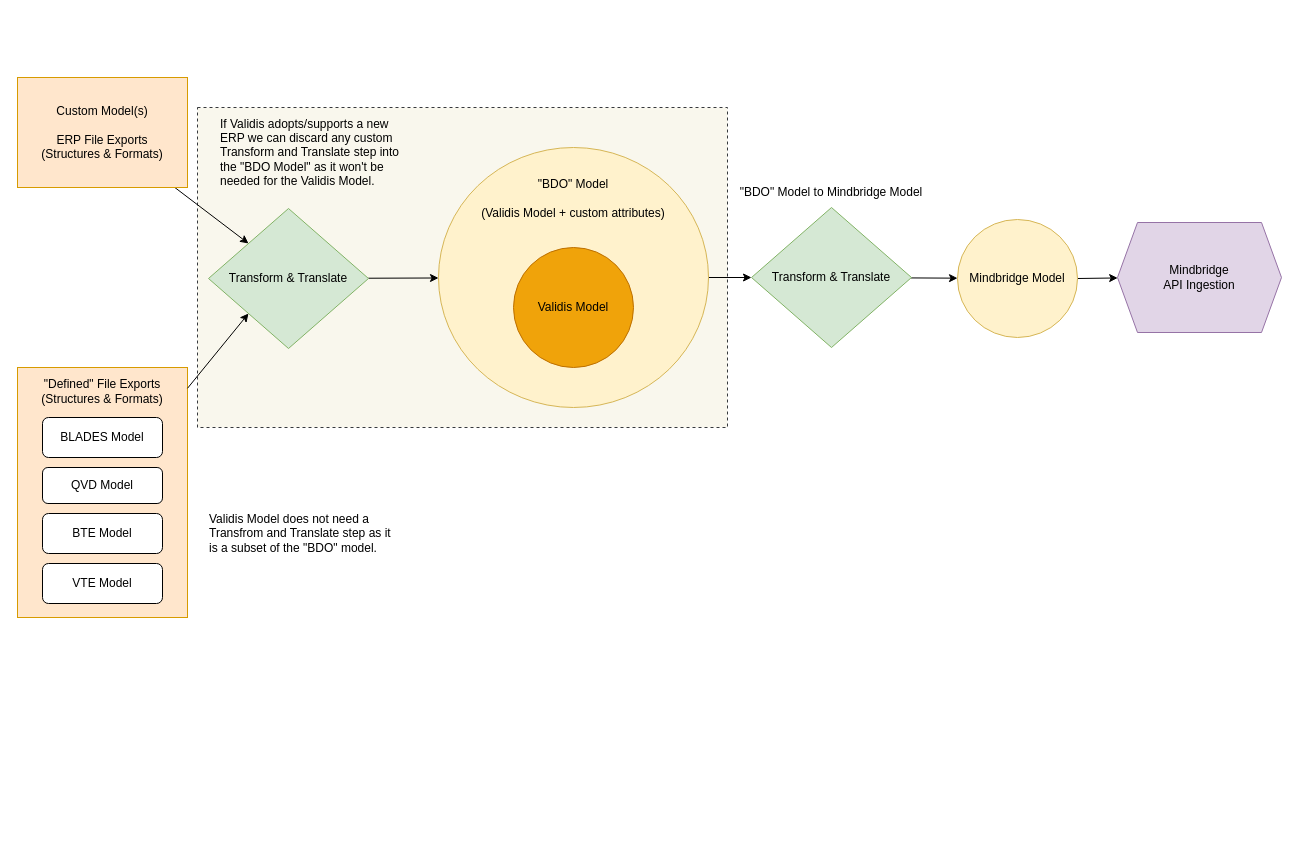
Above: page "General Process" (1 of 2) of diagrams/Initial Arch.drawio in ajs-fsp/BDO-Mindbridge (draw.io), before the change. Source tidied: cells renumbered, new cells numbered last; positions are measured from the earlier drawing's top-left corner, leaving out a move shared by most shapes. Both pictures are drawn from the tidied source at 100%, with x=0, y=0 at pixel (17, 77).
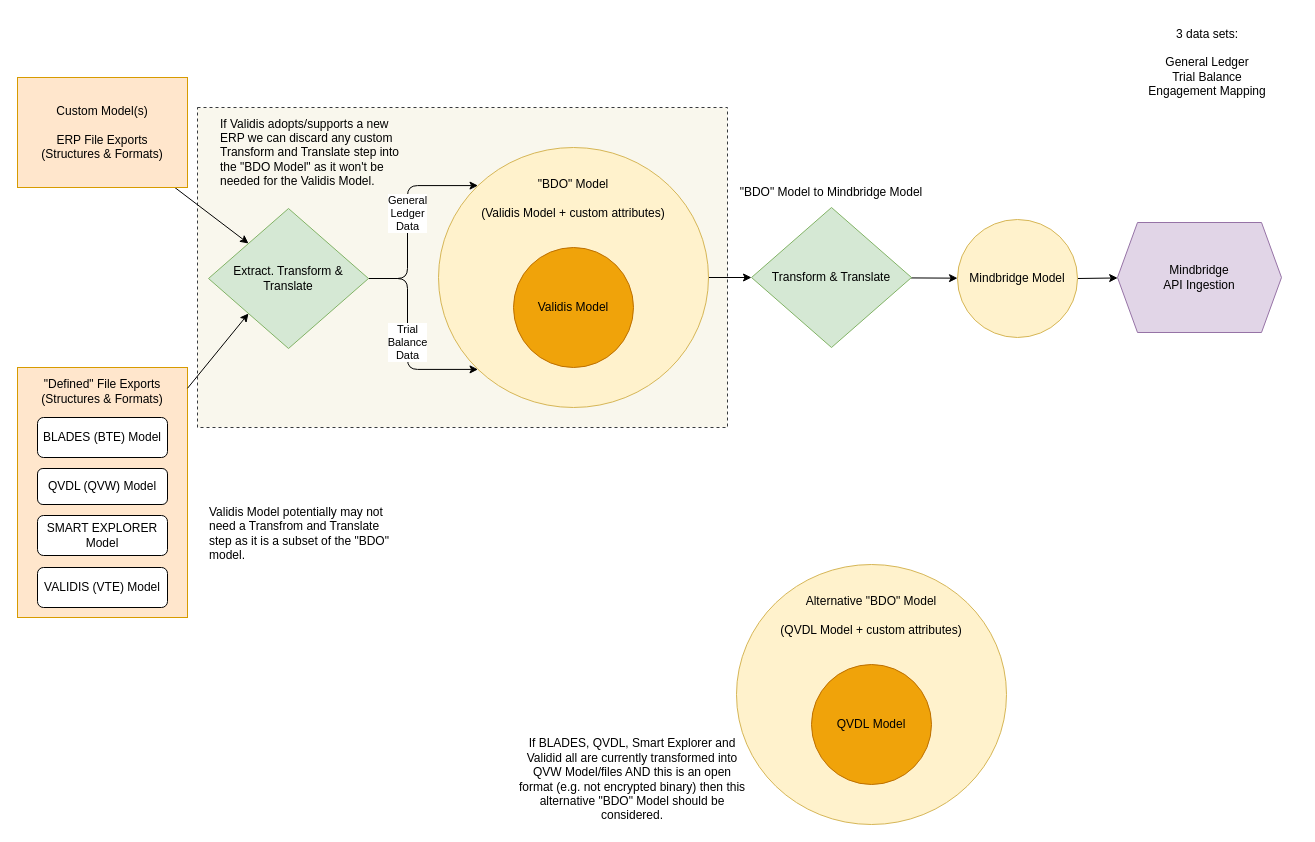
After the change.

Commit message:
added engagement diagram

Unchanged cells that the change refers to:
```xml
<mxCell id="16" value="&quot;BDO&quot; Model&lt;br&gt;&lt;br&gt;(Validis Model + custom attributes)&lt;span style=&quot;font-family: monospace; font-size: 0px; text-align: start; text-wrap-mode: nowrap;&quot;&gt;3CmxGraphModel%3E%3Croot%3E%3CmxCell%20id%3D%220%22%2F%3E%3CmxCell%20id%3D%221%22%20parent%3D%220%22%2F%3E%3CmxCell%20id%3D%222%22%20value%3D%22Transform%20%26amp%3Bamp%3B%20Translate%22%20style%3D%22rhombus%3BwhiteSpace%3Dwrap%3Bhtml%3D1%3BfillColor%3D%23e1d5e7%3BstrokeColor%3D%239673a6%3B%22%20vertex%3D%221%22%20parent%3D%221%22%3E%3CmxGeometry%20x%3D%22254%22%20y%3D%22200%22%20width%3D%22160%22%20height%3D%22140%22%20as%3D%22geometry%22%2F%3E%3C%2FmxCell%3E%3CmxCell%20id%3D%223%22%20value%3D%22Mindbridge%20Model%22%20style%3D%22ellipse%3BwhiteSpace%3Dwrap%3Bhtml%3D1%3BfillColor%3D%23fff2cc%3BstrokeColor%3D%23d6b656%3B%22%20vertex%3D%221%22%20parent%3D%221%22%3E%3CmxGeometry%20x%3D%22460%22%20y%3D%22230%22%20width%3D%22120%22%20height%3D%2280%22%20as%3D%22geometry%22%2F%3E%3C%2FmxCell%3E%3C%2Froot%3E%3C%2FmxGraphModel%3E&lt;br&gt;&lt;br&gt;&lt;br&gt;&lt;br&gt;&lt;br&gt;&lt;br&gt;&lt;br&gt;&lt;br&gt;&lt;br&gt;&lt;br&gt;&lt;br&gt;&lt;br&gt;&lt;/span&gt;" style="ellipse;whiteSpace=wrap;html=1;fillColor=#fff2cc;strokeColor=#d6b656;" parent="15" vertex="1">
  <mxGeometry width="270" height="260" as="geometry" />
</mxCell>
```

Change to the diagram source:
```diff
@@
-    <mxCell id="11" style="edgeStyle=none;html=1;" parent="1" edge="1" source="12" target="16">
-      <mxGeometry relative="1" as="geometry" />
+    <mxCell id="11" style="edgeStyle=elbowEdgeStyle;html=1;entryX=0;entryY=0;entryDx=0;entryDy=0;exitX=1;exitY=0.5;exitDx=0;exitDy=0;" parent="1" edge="1" source="12" target="16">
+      <mxGeometry relative="1" as="geometry">
+        <Array as="points">
+          <mxPoint x="390" y="160" />
+        </Array>
+      </mxGeometry>
     </mxCell>
+    <mxCell id="25" value="General&lt;br&gt;Ledger&lt;br&gt;Data" style="edgeLabel;html=1;align=center;verticalAlign=middle;" parent="11" vertex="1">
+      <mxGeometry x="0.04" y="1" relative="1" as="geometry" />
+    </mxCell>
+    <mxCell id="26" style="edgeStyle=elbowEdgeStyle;html=1;exitX=1;exitY=0.5;exitDx=0;exitDy=0;entryX=0;entryY=1;entryDx=0;entryDy=0;" parent="1" edge="1" source="12" target="16">
+      <mxGeometry relative="1" as="geometry">
+        <Array as="points">
+          <mxPoint x="390" y="250" />
+        </Array>
+      </mxGeometry>
+    </mxCell>
+    <mxCell id="27" value="Trial&lt;br&gt;Balance&lt;br&gt;Data" style="edgeLabel;html=1;align=center;verticalAlign=middle;" parent="26" vertex="1">
+      <mxGeometry x="0.02" y="-1" relative="1" as="geometry" />
+    </mxCell>
-    <mxCell id="12" value="Transform &amp;amp; Translate" style="rhombus;whiteSpace=wrap;html=1;fillColor=#d5e8d4;strokeColor=#82b366;" parent="1" vertex="1">
+    <mxCell id="12" value="Extract. Transform &amp;amp; Translate" style="rhombus;whiteSpace=wrap;html=1;fillColor=#d5e8d4;strokeColor=#82b366;" parent="1" vertex="1">
       <mxGeometry x="191" y="131" width="160" height="140" as="geometry" />
     </mxCell>
@@
-    <mxCell id="14" value="VTE Model" style="rounded=1;whiteSpace=wrap;html=1;" parent="1" vertex="1">
-      <mxGeometry x="25" y="486" width="120" height="40" as="geometry" />
+    <mxCell id="14" value="VALIDIS (VTE) Model" style="rounded=1;whiteSpace=wrap;html=1;" parent="1" vertex="1">
+      <mxGeometry x="20" y="490" width="130" height="40" as="geometry" />
     </mxCell>
@@
-    <mxCell id="19" value="BLADES Model" style="rounded=1;whiteSpace=wrap;html=1;" parent="1" vertex="1">
-      <mxGeometry x="25" y="340" width="120" height="40" as="geometry" />
+    <mxCell id="19" value="BLADES (BTE) Model" style="rounded=1;whiteSpace=wrap;html=1;" parent="1" vertex="1">
+      <mxGeometry x="20" y="340" width="130" height="40" as="geometry" />
     </mxCell>
-    <mxCell id="20" value="QVD Model" style="rounded=1;whiteSpace=wrap;html=1;" parent="1" vertex="1">
-      <mxGeometry x="25" y="390" width="120" height="36" as="geometry" />
+    <mxCell id="20" value="QVDL (QVW) Model" style="rounded=1;whiteSpace=wrap;html=1;" parent="1" vertex="1">
+      <mxGeometry x="20" y="391" width="130" height="36" as="geometry" />
     </mxCell>
-    <mxCell id="21" value="BTE Model" style="rounded=1;whiteSpace=wrap;html=1;" parent="1" vertex="1">
-      <mxGeometry x="25" y="436" width="120" height="40" as="geometry" />
-    </mxCell>
-    <mxCell id="22" value="Validis Model does not need a Transfrom and Translate step as it is a subset of the &quot;BDO&quot; model." style="text;html=1;align=left;verticalAlign=middle;whiteSpace=wrap;rounded=0;" parent="1" vertex="1">
+    <mxCell id="22" value="Validis Model potentially may not need a Transfrom and Translate step as it is a subset of the &quot;BDO&quot; model." style="text;html=1;align=left;verticalAlign=middle;whiteSpace=wrap;rounded=0;" parent="1" vertex="1">
       <mxGeometry x="190" y="431" width="190" height="50" as="geometry" />
     </mxCell>
@@
+    <mxCell id="28" value="3 data sets:&lt;br&gt;&lt;br&gt;General Ledger&lt;br&gt;&lt;div&gt;Trial Balance&lt;br&gt;Engagement Mapping&lt;/div&gt;" style="text;html=1;align=center;verticalAlign=middle;whiteSpace=wrap;rounded=0;" parent="1" vertex="1">
+      <mxGeometry x="1100" y="-60" width="180" height="90" as="geometry" />
+    </mxCell>
+    <mxCell id="29" value="SMART EXPLORER Model" style="rounded=1;whiteSpace=wrap;html=1;" parent="1" vertex="1">
+      <mxGeometry x="20" y="438" width="130" height="40" as="geometry" />
+    </mxCell>
+    <mxCell id="30" style="group;" parent="1" vertex="1">
+      <mxGeometry x="719" y="487" width="270" height="260" as="geometry" />
+    </mxCell>
+    <mxCell id="31" value="Alternative &quot;BDO&quot; Model&lt;br&gt;&lt;br&gt;(QVDL Model + custom attributes)&lt;span style=&quot;font-family: monospace; font-size: 0px; text-align: start; text-wrap-mode: nowrap;&quot;&gt;3CmxGraphModel%3E%3Croot%3E%3CmxCell%20id%3D%220%22%2F%3E%3CmxCell%20id%3D%221%22%20parent%3D%220%22%2F%3E%3CmxCell%20id%3D%222%22%20value%3D%22Transform%20%26amp%3Bamp%3B%20Translate%22%20style%3D%22rhombus%3BwhiteSpace%3Dwrap%3Bhtml%3D1%3BfillColor%3D%23e1d5e7%3BstrokeColor%3D%239673a6%3B%22%20vertex%3D%221%22%20parent%3D%221%22%3E%3CmxGeometry%20x%3D%22254%22%20y%3D%22200%22%20width%3D%22160%22%20height%3D%22140%22%20as%3D%22geometry%22%2F%3E%3C%2FmxCell%3E%3CmxCell%20id%3D%223%22%20value%3D%22Mindbridge%20Model%22%20style%3D%22ellipse%3BwhiteSpace%3Dwrap%3Bhtml%3D1%3BfillColor%3D%23fff2cc%3BstrokeColor%3D%23d6b656%3B%22%20vertex%3D%221%22%20parent%3D%221%22%3E%3CmxGeometry%20x%3D%22460%22%20y%3D%22230%22%20width%3D%22120%22%20height%3D%2280%22%20as%3D%22geometry%22%2F%3E%3C%2FmxCell%3E%3C%2Froot%3E%3C%2FmxGraphModel%3E&lt;br&gt;&lt;br&gt;&lt;br&gt;&lt;br&gt;&lt;br&gt;&lt;br&gt;&lt;br&gt;&lt;br&gt;&lt;br&gt;&lt;br&gt;&lt;br&gt;&lt;br&gt;&lt;/span&gt;" style="ellipse;whiteSpace=wrap;html=1;fillColor=#fff2cc;strokeColor=#d6b656;" parent="30" vertex="1">
+      <mxGeometry width="270" height="260" as="geometry" />
+    </mxCell>
+    <mxCell id="32" value="&lt;span style=&quot;color: rgb(0, 0, 0);&quot;&gt;QVDL&lt;/span&gt;&amp;nbsp;Model" style="ellipse;whiteSpace=wrap;html=1;fillColor=#f0a30a;strokeColor=#BD7000;fontColor=#000000;" parent="30" vertex="1">
+      <mxGeometry x="75" y="100" width="120" height="120" as="geometry" />
+    </mxCell>
+    <mxCell id="33" value="If BLADES, QVDL, Smart Explorer and Validid all are currently transformed into QVW Model/files AND this is an open format (e.g. not encrypted binary) then this alternative &quot;BDO&quot; Model should be considered." style="text;html=1;align=center;verticalAlign=middle;whiteSpace=wrap;rounded=0;" parent="1" vertex="1">
+      <mxGeometry x="500" y="657" width="230" height="90" as="geometry" />
+    </mxCell>
```
